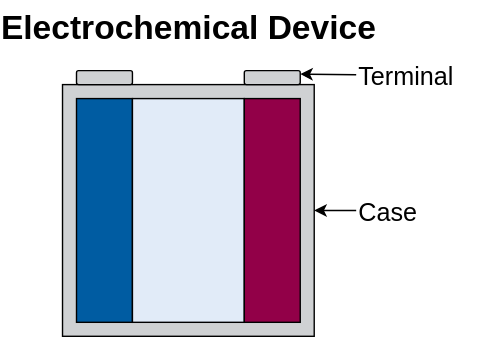
Before: assets/img/fig/svg/ElectrochemicalDevice.svg, a diagram exported from draw.io (johnmugisa/domain-electrochemistry). Source tidied: cells renumbered, new cells last; positions are measured from the earlier drawing's top-left corner, leaving out a move shared by most shapes. The source it was exported from:
```xml
<mxGraphModel>
  <root>
    <mxCell id="0" />
    <mxCell id="1" parent="0" />
    <mxCell id="2" style="rounded=0;whiteSpace=wrap;html=1;fillColor=#cfd1d3;" parent="1" vertex="1">
      <mxGeometry y="60" width="180" height="180" as="geometry" />
    </mxCell>
    <mxCell id="3" style="rounded=0;whiteSpace=wrap;html=1;fillColor=#005CA2;" parent="1" vertex="1">
      <mxGeometry x="10" y="70" width="40" height="160" as="geometry" />
    </mxCell>
    <mxCell id="4" style="rounded=0;whiteSpace=wrap;html=1;fillColor=#E1EBf8;" parent="1" vertex="1">
      <mxGeometry x="50" y="70" width="80" height="160" as="geometry" />
    </mxCell>
    <mxCell id="5" style="rounded=0;whiteSpace=wrap;html=1;fillColor=#920048;" parent="1" vertex="1">
      <mxGeometry x="130" y="70" width="40" height="160" as="geometry" />
    </mxCell>
    <mxCell id="6" value="Electrochemical Device" style="text;strokeColor=none;fillColor=none;html=1;fontSize=24;fontStyle=1;verticalAlign=middle;align=center;" parent="1" vertex="1">
      <mxGeometry x="40" width="100" height="40" as="geometry" />
    </mxCell>
    <mxCell id="7" style="rounded=1;whiteSpace=wrap;html=1;fillColor=#cfd1d3;" parent="1" vertex="1">
      <mxGeometry x="10" y="50" width="40" height="10" as="geometry" />
    </mxCell>
    <mxCell id="8" style="rounded=1;whiteSpace=wrap;html=1;fillColor=#cfd1d3;" parent="1" vertex="1">
      <mxGeometry x="130" y="50" width="40" height="10" as="geometry" />
    </mxCell>
    <mxCell id="9" style="edgeStyle=none;html=1;exitX=0;exitY=0.5;exitDx=0;exitDy=0;entryX=1;entryY=0.25;entryDx=0;entryDy=0;fontSize=18;" parent="1" edge="1" source="10" target="8">
      <mxGeometry relative="1" as="geometry" />
    </mxCell>
    <mxCell id="10" value="&lt;span style=&quot;font-weight: normal;&quot;&gt;&lt;font style=&quot;font-size: 18px;&quot;&gt;Terminal&lt;/font&gt;&lt;/span&gt;" style="text;strokeColor=none;fillColor=none;html=1;fontSize=24;fontStyle=1;verticalAlign=middle;align=left;" parent="1" vertex="1">
      <mxGeometry x="210" y="33" width="100" height="40" as="geometry" />
    </mxCell>
    <mxCell id="11" style="edgeStyle=none;html=1;exitX=0;exitY=0.5;exitDx=0;exitDy=0;entryX=1;entryY=0.5;entryDx=0;entryDy=0;fontSize=18;" parent="1" edge="1" source="12" target="2">
      <mxGeometry relative="1" as="geometry" />
    </mxCell>
    <mxCell id="12" value="&lt;span style=&quot;font-weight: normal;&quot;&gt;&lt;font style=&quot;font-size: 18px;&quot;&gt;Case&lt;/font&gt;&lt;/span&gt;" style="text;strokeColor=none;fillColor=none;html=1;fontSize=24;fontStyle=1;verticalAlign=middle;align=left;" parent="1" vertex="1">
      <mxGeometry x="210" y="130" width="100" height="40" as="geometry" />
    </mxCell>
  </root>
</mxGraphModel>
```
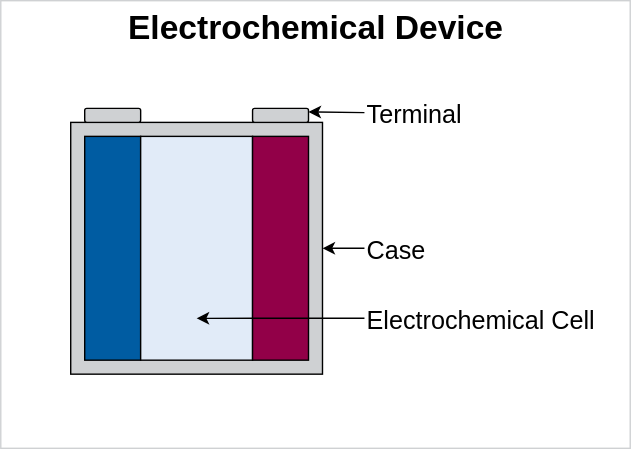
The same file after the commit.

The edit, as a diff of the source:
```diff
@@ -2,6 +2,9 @@
   <root>
     <mxCell id="0" />
     <mxCell id="1" parent="0" />
+    <mxCell id="13" style="rounded=0;whiteSpace=wrap;html=1;strokeColor=#cfd1d3;fillColor=none;" parent="1" vertex="1">
+      <mxGeometry x="-50" y="-27" width="450" height="320" as="geometry" />
+    </mxCell>
     <mxCell id="2" style="rounded=0;whiteSpace=wrap;html=1;fillColor=#cfd1d3;" parent="1" vertex="1">
       <mxGeometry y="60" width="180" height="180" as="geometry" />
     </mxCell>
@@ -15,7 +18,7 @@
       <mxGeometry x="130" y="70" width="40" height="160" as="geometry" />
     </mxCell>
     <mxCell id="6" value="Electrochemical Device" style="text;strokeColor=none;fillColor=none;html=1;fontSize=24;fontStyle=1;verticalAlign=middle;align=center;" parent="1" vertex="1">
-      <mxGeometry x="40" width="100" height="40" as="geometry" />
+      <mxGeometry x="125" y="-27" width="100" height="40" as="geometry" />
     </mxCell>
     <mxCell id="7" style="rounded=1;whiteSpace=wrap;html=1;fillColor=#cfd1d3;" parent="1" vertex="1">
       <mxGeometry x="10" y="50" width="40" height="10" as="geometry" />
@@ -35,5 +38,11 @@
     <mxCell id="12" value="&lt;span style=&quot;font-weight: normal;&quot;&gt;&lt;font style=&quot;font-size: 18px;&quot;&gt;Case&lt;/font&gt;&lt;/span&gt;" style="text;strokeColor=none;fillColor=none;html=1;fontSize=24;fontStyle=1;verticalAlign=middle;align=left;" parent="1" vertex="1">
       <mxGeometry x="210" y="130" width="100" height="40" as="geometry" />
     </mxCell>
+    <mxCell id="14" style="edgeStyle=none;html=1;exitX=0;exitY=0.5;exitDx=0;exitDy=0;entryX=0.5;entryY=0.813;entryDx=0;entryDy=0;fontSize=18;entryPerimeter=0;" parent="1" edge="1" source="15" target="4">
+      <mxGeometry relative="1" as="geometry" />
+    </mxCell>
+    <mxCell id="15" value="&lt;span style=&quot;font-weight: normal;&quot;&gt;&lt;font style=&quot;font-size: 18px;&quot;&gt;Electrochemical Cell&lt;/font&gt;&lt;/span&gt;" style="text;strokeColor=none;fillColor=none;html=1;fontSize=24;fontStyle=1;verticalAlign=middle;align=left;" parent="1" vertex="1">
+      <mxGeometry x="210" y="180" width="100" height="40" as="geometry" />
+    </mxCell>
   </root>
 </mxGraphModel>
```
